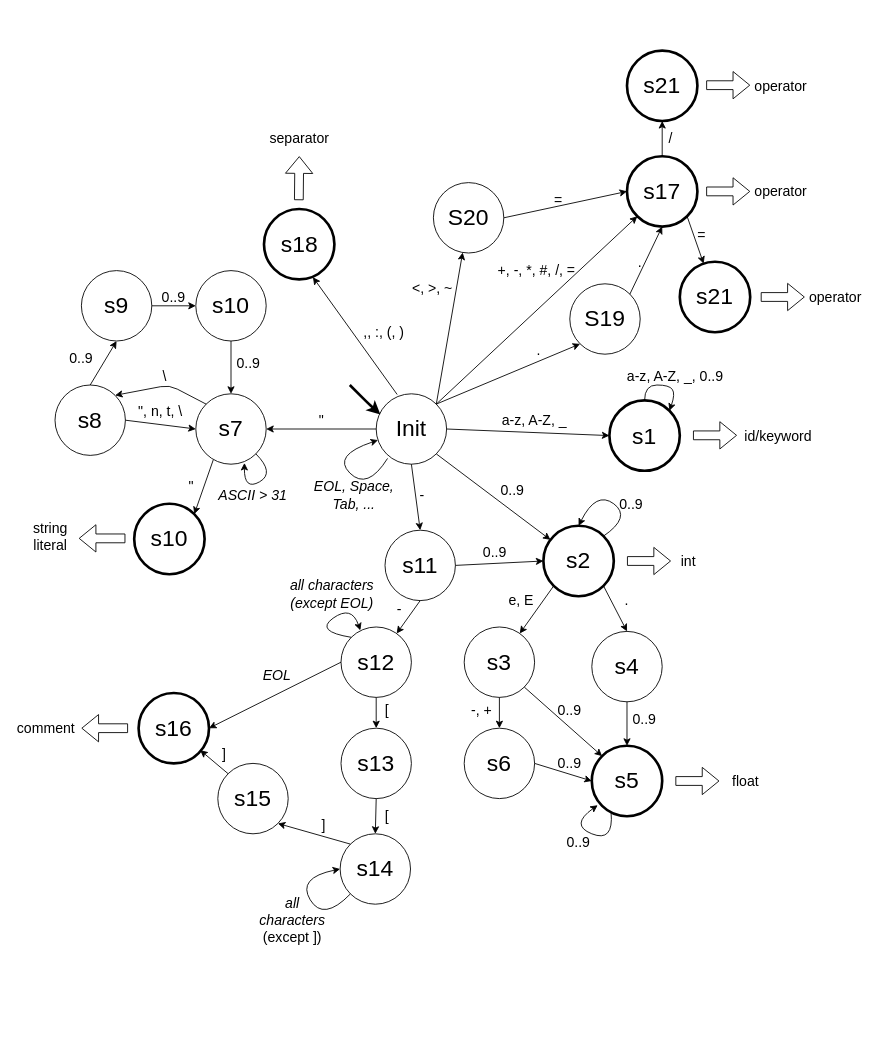
Before: fsm.drawio in vojone/IFJ21, a draw.io diagram. Source tidied: cells renumbered, new cells numbered last; positions are measured from the earlier drawing's top-left corner, leaving out a move shared by most shapes. Both pictures are drawn from the tidied source at 88%, with x=0, y=0 at pixel (28, 50).
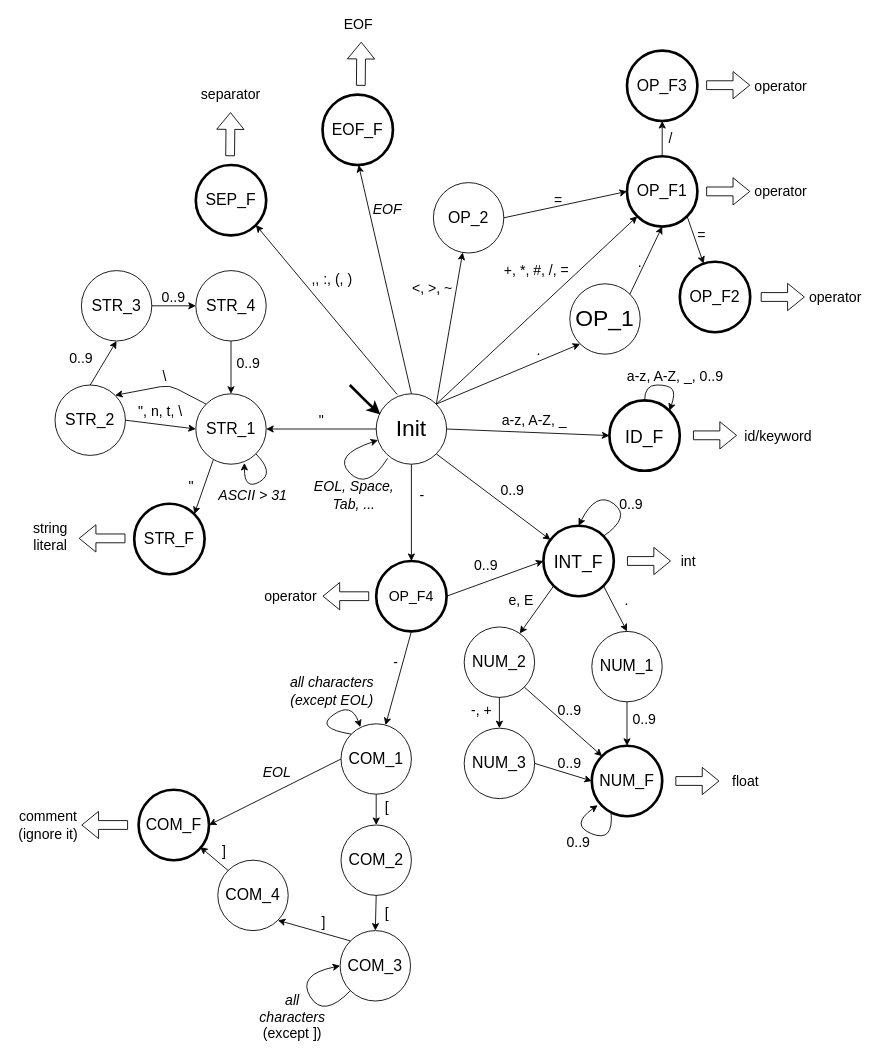
After the change.

The change refers to these unchanged cells:
```xml
<mxCell id="4" value="Init" style="ellipse;whiteSpace=wrap;html=1;fontSize=26;" parent="1" vertex="1">
  <mxGeometry x="395" y="390" width="80" height="80" as="geometry" />
</mxCell>
```

Change to the diagram source:
```diff
@@
-    <mxCell id="5" value="s1" style="ellipse;whiteSpace=wrap;html=1;fontSize=26;strokeWidth=3;" parent="1" vertex="1">
+    <mxCell id="5" value="ID_F" style="ellipse;whiteSpace=wrap;html=1;fontSize=20;strokeWidth=3;" parent="1" vertex="1">
       <mxGeometry x="660" y="397.5" width="80" height="80" as="geometry" />
     </mxCell>
@@
-    <mxCell id="8" value="s2" style="ellipse;whiteSpace=wrap;html=1;fontSize=26;strokeWidth=3;" parent="1" vertex="1">
+    <mxCell id="8" value="INT_F" style="ellipse;whiteSpace=wrap;html=1;fontSize=20;strokeWidth=3;" parent="1" vertex="1">
       <mxGeometry x="585" y="540" width="80" height="80" as="geometry" />
     </mxCell>
@@
-    <mxCell id="13" value="s3" style="ellipse;whiteSpace=wrap;html=1;fontSize=26;" parent="1" vertex="1">
+    <mxCell id="13" value="NUM_2" style="ellipse;whiteSpace=wrap;html=1;fontSize=18;" parent="1" vertex="1">
       <mxGeometry x="495" y="655" width="80" height="80" as="geometry" />
     </mxCell>
@@
-    <mxCell id="16" value="s4" style="ellipse;whiteSpace=wrap;html=1;fontSize=26;" parent="1" vertex="1">
+    <mxCell id="16" value="NUM_1" style="ellipse;whiteSpace=wrap;html=1;fontSize=18;" parent="1" vertex="1">
       <mxGeometry x="640" y="660" width="80" height="80" as="geometry" />
     </mxCell>
@@
-    <mxCell id="19" value="s5" style="ellipse;whiteSpace=wrap;html=1;fontSize=26;strokeWidth=3;" parent="1" vertex="1">
+    <mxCell id="19" value="NUM_F" style="ellipse;whiteSpace=wrap;html=1;fontSize=18;strokeWidth=3;" parent="1" vertex="1">
       <mxGeometry x="640" y="790" width="80" height="80" as="geometry" />
     </mxCell>
@@
-    <mxCell id="22" value="s6" style="ellipse;whiteSpace=wrap;html=1;fontSize=26;" parent="1" vertex="1">
+    <mxCell id="22" value="NUM_3" style="ellipse;whiteSpace=wrap;html=1;fontSize=18;" parent="1" vertex="1">
       <mxGeometry x="495" y="770" width="80" height="80" as="geometry" />
     </mxCell>
@@
-    <mxCell id="29" value="s7" style="ellipse;whiteSpace=wrap;html=1;fontSize=26;" parent="1" vertex="1">
+    <mxCell id="29" value="STR_1" style="ellipse;whiteSpace=wrap;html=1;fontSize=18;" parent="1" vertex="1">
       <mxGeometry x="190" y="390" width="80" height="80" as="geometry" />
     </mxCell>
@@
-    <mxCell id="32" value="s10" style="ellipse;whiteSpace=wrap;html=1;fontSize=26;strokeWidth=3;" parent="1" vertex="1">
+    <mxCell id="32" value="STR_F" style="ellipse;whiteSpace=wrap;html=1;fontSize=18;strokeWidth=3;" parent="1" vertex="1">
       <mxGeometry x="120" y="515" width="80" height="80" as="geometry" />
     </mxCell>
-    <mxCell id="33" value="s8" style="ellipse;whiteSpace=wrap;html=1;fontSize=26;" parent="1" vertex="1">
+    <mxCell id="33" value="STR_2" style="ellipse;whiteSpace=wrap;html=1;fontSize=18;" parent="1" vertex="1">
       <mxGeometry x="30" y="380" width="80" height="80" as="geometry" />
     </mxCell>
@@
-    <mxCell id="40" value="s9" style="ellipse;whiteSpace=wrap;html=1;fontSize=26;" parent="1" vertex="1">
+    <mxCell id="40" value="STR_3" style="ellipse;whiteSpace=wrap;html=1;fontSize=18;" parent="1" vertex="1">
       <mxGeometry x="60" y="250" width="80" height="80" as="geometry" />
     </mxCell>
-    <mxCell id="41" value="s10" style="ellipse;whiteSpace=wrap;html=1;fontSize=26;" parent="1" vertex="1">
+    <mxCell id="41" value="STR_4" style="ellipse;whiteSpace=wrap;html=1;fontSize=18;" parent="1" vertex="1">
       <mxGeometry x="190" y="250" width="80" height="80" as="geometry" />
     </mxCell>
@@
-    <mxCell id="53" value="s11" style="ellipse;whiteSpace=wrap;html=1;fontSize=26;" parent="1" vertex="1">
-      <mxGeometry x="405" y="545" width="80" height="80" as="geometry" />
+    <mxCell id="53" value="OP_F4" style="ellipse;whiteSpace=wrap;html=1;fontSize=16;strokeWidth=3;" parent="1" vertex="1">
+      <mxGeometry x="395" y="580" width="80" height="80" as="geometry" />
     </mxCell>
@@
     <mxCell id="56" value="-" style="text;html=1;strokeColor=none;fillColor=none;align=center;verticalAlign=middle;whiteSpace=wrap;rounded=0;fontSize=16;" parent="1" vertex="1">
-      <mxGeometry x="409" y="625" width="25" height="20" as="geometry" />
+      <mxGeometry x="405" y="685" width="25" height="20" as="geometry" />
     </mxCell>
     <mxCell id="57" value="0..9" style="text;html=1;strokeColor=none;fillColor=none;align=center;verticalAlign=middle;whiteSpace=wrap;rounded=0;fontSize=16;" parent="1" vertex="1">
-      <mxGeometry x="510" y="560" width="40" height="20" as="geometry" />
+      <mxGeometry x="500" y="575" width="40" height="20" as="geometry" />
     </mxCell>
-    <mxCell id="58" value="s12" style="ellipse;whiteSpace=wrap;html=1;fontSize=26;" parent="1" vertex="1">
-      <mxGeometry x="355" y="655" width="80" height="80" as="geometry" />
+    <mxCell id="58" value="COM_1" style="ellipse;whiteSpace=wrap;html=1;fontSize=18;" parent="1" vertex="1">
+      <mxGeometry x="355" y="765" width="80" height="80" as="geometry" />
     </mxCell>
@@
     <mxCell id="60" style="endArrow=classic;html=1;fontSize=16;exitX=0.5;exitY=1;exitDx=0;exitDy=0;" parent="1" edge="1" source="58">
       <mxGeometry relative="1" as="geometry">
-        <mxPoint x="395" y="770" as="targetPoint" />
+        <mxPoint x="395" y="880" as="targetPoint" />
       </mxGeometry>
     </mxCell>
-    <mxCell id="61" value="s13" style="ellipse;whiteSpace=wrap;html=1;fontSize=26;" parent="1" vertex="1">
-      <mxGeometry x="355" y="770" width="80" height="80" as="geometry" />
+    <mxCell id="61" value="COM_2" style="ellipse;whiteSpace=wrap;html=1;fontSize=18;" parent="1" vertex="1">
+      <mxGeometry x="355" y="880" width="80" height="80" as="geometry" />
     </mxCell>
-    <mxCell id="62" value="s14" style="ellipse;whiteSpace=wrap;html=1;fontSize=26;" parent="1" vertex="1">
-      <mxGeometry x="354" y="890" width="80" height="80" as="geometry" />
+    <mxCell id="62" value="COM_3" style="ellipse;whiteSpace=wrap;html=1;fontSize=18;" parent="1" vertex="1">
+      <mxGeometry x="354" y="1000" width="80" height="80" as="geometry" />
     </mxCell>
     <mxCell id="63" value="[" style="text;html=1;strokeColor=none;fillColor=none;align=center;verticalAlign=middle;whiteSpace=wrap;rounded=0;fontSize=16;" parent="1" vertex="1">
-      <mxGeometry x="395" y="740" width="25" height="20" as="geometry" />
+      <mxGeometry x="395" y="850" width="25" height="20" as="geometry" />
     </mxCell>
     <mxCell id="64" value="[" style="text;html=1;strokeColor=none;fillColor=none;align=center;verticalAlign=middle;whiteSpace=wrap;rounded=0;fontSize=16;" parent="1" vertex="1">
-      <mxGeometry x="395" y="860" width="25" height="20" as="geometry" />
+      <mxGeometry x="395" y="970" width="25" height="20" as="geometry" />
     </mxCell>
@@
-    <mxCell id="66" value="s15" style="ellipse;whiteSpace=wrap;html=1;fontSize=26;" parent="1" vertex="1">
-      <mxGeometry x="215" y="810" width="80" height="80" as="geometry" />
+    <mxCell id="66" value="COM_4" style="ellipse;whiteSpace=wrap;html=1;fontSize=18;" parent="1" vertex="1">
+      <mxGeometry x="215" y="920" width="80" height="80" as="geometry" />
     </mxCell>
-    <mxCell id="67" value="s16" style="ellipse;whiteSpace=wrap;html=1;fontSize=26;strokeWidth=3;" parent="1" vertex="1">
-      <mxGeometry x="125" y="730" width="80" height="80" as="geometry" />
+    <mxCell id="67" value="COM_F" style="ellipse;whiteSpace=wrap;html=1;fontSize=18;strokeWidth=3;" parent="1" vertex="1">
+      <mxGeometry x="125" y="840" width="80" height="80" as="geometry" />
     </mxCell>
@@
     <mxCell id="69" style="endArrow=classic;html=1;fontSize=16;exitX=0;exitY=0;exitDx=0;exitDy=0;" parent="1" edge="1" source="66">
       <mxGeometry relative="1" as="geometry">
-        <mxPoint x="195" y="795" as="targetPoint" />
+        <mxPoint x="195" y="905" as="targetPoint" />
       </mxGeometry>
     </mxCell>
     <mxCell id="70" value="]" style="text;html=1;strokeColor=none;fillColor=none;align=center;verticalAlign=middle;whiteSpace=wrap;rounded=0;fontSize=16;" parent="1" vertex="1">
-      <mxGeometry x="210" y="790" width="25" height="20" as="geometry" />
+      <mxGeometry x="210" y="900" width="25" height="20" as="geometry" />
     </mxCell>
     <mxCell id="71" value="]" style="text;html=1;strokeColor=none;fillColor=none;align=center;verticalAlign=middle;whiteSpace=wrap;rounded=0;fontSize=16;" parent="1" vertex="1">
-      <mxGeometry x="322.5" y="870" width="25" height="20" as="geometry" />
+      <mxGeometry x="322.5" y="980" width="25" height="20" as="geometry" />
     </mxCell>
     <mxCell id="72" style="curved=1;endArrow=classic;html=1;fontSize=16;entryX=0;entryY=0.5;entryDx=0;entryDy=0;exitX=0;exitY=1;exitDx=0;exitDy=0;" parent="1" edge="1" source="62" target="62">
       <mxGeometry relative="1" as="geometry">
         <Array as="points">
-          <mxPoint x="335" y="990" />
-          <mxPoint x="305" y="940" />
+          <mxPoint x="335" y="1100" />
+          <mxPoint x="305" y="1050" />
         </Array>
       </mxGeometry>
     </mxCell>
     <mxCell id="73" value="&lt;i&gt;all characters&lt;/i&gt; (except ])" style="text;html=1;strokeColor=none;fillColor=none;align=center;verticalAlign=middle;whiteSpace=wrap;rounded=0;fontSize=16;" parent="1" vertex="1">
-      <mxGeometry x="266.2" y="970" width="67.5" height="35" as="geometry" />
+      <mxGeometry x="266.2" y="1080" width="67.5" height="35" as="geometry" />
     </mxCell>
     <mxCell id="74" style="curved=1;endArrow=classic;html=1;fontSize=16;exitX=0;exitY=0;exitDx=0;exitDy=0;entryX=0.275;entryY=0.048;entryDx=0;entryDy=0;entryPerimeter=0;" parent="1" edge="1" source="58" target="58">
       <mxGeometry relative="1" as="geometry">
         <Array as="points">
-          <mxPoint x="325" y="660" />
-          <mxPoint x="367" y="630" />
+          <mxPoint x="325" y="770" />
+          <mxPoint x="367" y="740" />
         </Array>
       </mxGeometry>
     </mxCell>
     <mxCell id="75" value="&lt;div&gt;&lt;i&gt;all characters&lt;/i&gt;&lt;/div&gt;&lt;div&gt;&lt;i&gt;(except EOL)&lt;br&gt;&lt;/i&gt;&lt;/div&gt;" style="text;html=1;strokeColor=none;fillColor=none;align=center;verticalAlign=middle;whiteSpace=wrap;rounded=0;fontSize=16;" parent="1" vertex="1">
-      <mxGeometry x="295" y="590" width="100" height="55" as="geometry" />
+      <mxGeometry x="295" y="700" width="100" height="55" as="geometry" />
     </mxCell>
@@
     <mxCell id="77" value="EOL" style="text;html=1;strokeColor=none;fillColor=none;align=center;verticalAlign=middle;whiteSpace=wrap;rounded=0;fontSize=16;fontStyle=2;" parent="1" vertex="1">
-      <mxGeometry x="270" y="700" width="25" height="20" as="geometry" />
+      <mxGeometry x="270" y="810" width="25" height="20" as="geometry" />
     </mxCell>
@@
-    <mxCell id="80" value="s17" style="ellipse;whiteSpace=wrap;html=1;fontSize=26;strokeWidth=3;" parent="1" vertex="1">
+    <mxCell id="80" value="OP_F1" style="ellipse;whiteSpace=wrap;html=1;fontSize=18;strokeWidth=3;" parent="1" vertex="1">
       <mxGeometry x="680" y="120" width="80" height="80" as="geometry" />
     </mxCell>
-    <mxCell id="81" value="s18" style="ellipse;whiteSpace=wrap;html=1;fontSize=26;strokeWidth=3;" parent="1" vertex="1">
-      <mxGeometry x="267.5" y="180" width="80" height="80" as="geometry" />
+    <mxCell id="81" value="SEP_F" style="ellipse;whiteSpace=wrap;html=1;fontSize=18;strokeWidth=3;" parent="1" vertex="1">
+      <mxGeometry x="190" y="130" width="80" height="80" as="geometry" />
     </mxCell>
@@
-    <mxCell id="83" value="+, -, *, #, /, =" style="text;html=1;strokeColor=none;fillColor=none;align=center;verticalAlign=middle;whiteSpace=wrap;rounded=0;fontSize=16;" parent="1" vertex="1">
+    <mxCell id="83" value="+, *, #, /, =" style="text;html=1;strokeColor=none;fillColor=none;align=center;verticalAlign=middle;whiteSpace=wrap;rounded=0;fontSize=16;" parent="1" vertex="1">
       <mxGeometry x="530" y="240" width="95" height="20" as="geometry" />
     </mxCell>
@@
-    <mxCell id="85" style="endArrow=classic;html=1;fontSize=16;entryX=0.695;entryY=0.969;entryDx=0;entryDy=0;entryPerimeter=0;exitX=0.298;exitY=0.01;exitDx=0;exitDy=0;exitPerimeter=0;" parent="1" edge="1" source="4" target="81">
+    <mxCell id="85" style="endArrow=classic;html=1;fontSize=16;entryX=1;entryY=1;entryDx=0;entryDy=0;exitX=0.298;exitY=0.01;exitDx=0;exitDy=0;exitPerimeter=0;" parent="1" edge="1" source="4" target="81">
       <mxGeometry relative="1" as="geometry" />
     </mxCell>
     <mxCell id="86" value=",, :, (, )" style="text;html=1;strokeColor=none;fillColor=none;align=center;verticalAlign=middle;whiteSpace=wrap;rounded=0;fontSize=16;" parent="1" vertex="1">
-      <mxGeometry x="374" y="310" width="60" height="20" as="geometry" />
+      <mxGeometry x="315" y="250" width="60" height="20" as="geometry" />
     </mxCell>
@@
     <mxCell id="91" style="shape=flexArrow;endArrow=classic;html=1;fontSize=16;strokeWidth=1;" parent="1" edge="1">
       <mxGeometry relative="1" as="geometry">
-        <mxPoint x="307.1" y="170" as="sourcePoint" />
-        <mxPoint x="307.6" y="120" as="targetPoint" />
+        <mxPoint x="229" y="120" as="sourcePoint" />
+        <mxPoint x="229.5" y="70" as="targetPoint" />
       </mxGeometry>
     </mxCell>
     <mxCell id="92" style="shape=flexArrow;endArrow=classic;html=1;fontSize=16;strokeWidth=1;" parent="1" edge="1">
       <mxGeometry relative="1" as="geometry">
-        <mxPoint x="113" y="770" as="sourcePoint" />
-        <mxPoint x="60" y="770" as="targetPoint" />
+        <mxPoint x="113" y="880" as="sourcePoint" />
+        <mxPoint x="60" y="880" as="targetPoint" />
       </mxGeometry>
     </mxCell>
@@
     <mxCell id="98" value="separator" style="text;html=1;strokeColor=none;fillColor=none;align=center;verticalAlign=middle;whiteSpace=wrap;rounded=0;fontSize=16;" parent="1" vertex="1">
-      <mxGeometry x="287.5" y="90" width="40" height="20" as="geometry" />
+      <mxGeometry x="210" y="40" width="40" height="20" as="geometry" />
     </mxCell>
@@
-    <mxCell id="100" value="comment" style="text;html=1;strokeColor=none;fillColor=none;align=center;verticalAlign=middle;whiteSpace=wrap;rounded=0;fontSize=16;" parent="1" vertex="1">
-      <mxGeometry y="760" width="40" height="20" as="geometry" />
+    <mxCell id="100" value="&lt;div&gt;comment&lt;/div&gt;&lt;div&gt;(ignore it)&lt;br&gt;&lt;/div&gt;" style="text;html=1;strokeColor=none;fillColor=none;align=center;verticalAlign=middle;whiteSpace=wrap;rounded=0;fontSize=16;" parent="1" vertex="1">
+      <mxGeometry x="-15" y="870" width="75" height="20" as="geometry" />
     </mxCell>
@@
-    <mxCell id="104" value="S19" style="ellipse;whiteSpace=wrap;html=1;fontSize=26;" parent="1" vertex="1">
+    <mxCell id="104" value="OP_1" style="ellipse;whiteSpace=wrap;html=1;fontSize=26;" parent="1" vertex="1">
       <mxGeometry x="615" y="265" width="80" height="80" as="geometry" />
     </mxCell>
@@
-    <mxCell id="108" value="S20" style="ellipse;whiteSpace=wrap;html=1;fontSize=26;" parent="1" vertex="1">
+    <mxCell id="108" value="OP_2" style="ellipse;whiteSpace=wrap;html=1;fontSize=18;" parent="1" vertex="1">
       <mxGeometry x="460" y="150" width="80" height="80" as="geometry" />
     </mxCell>
@@
-    <mxCell id="112" value="s21" style="ellipse;whiteSpace=wrap;html=1;fontSize=26;strokeWidth=3;" parent="1" vertex="1">
+    <mxCell id="112" value="OP_F3" style="ellipse;whiteSpace=wrap;html=1;fontSize=18;strokeWidth=3;" parent="1" vertex="1">
       <mxGeometry x="680" width="80" height="80" as="geometry" />
     </mxCell>
@@
-    <mxCell id="117" value="s21" style="ellipse;whiteSpace=wrap;html=1;fontSize=26;strokeWidth=3;" parent="1" vertex="1">
+    <mxCell id="117" value="OP_F2" style="ellipse;whiteSpace=wrap;html=1;fontSize=18;strokeWidth=3;" parent="1" vertex="1">
       <mxGeometry x="740" y="240" width="80" height="80" as="geometry" />
     </mxCell>
@@
+    <mxCell id="122" style="endArrow=classic;html=1;fontSize=16;exitX=0.5;exitY=0;exitDx=0;exitDy=0;" parent="1" edge="1" source="4">
+      <mxGeometry relative="1" as="geometry">
+        <mxPoint x="375" y="130" as="targetPoint" />
+      </mxGeometry>
+    </mxCell>
+    <mxCell id="123" value="&lt;i&gt;EOF&lt;/i&gt;" style="text;html=1;strokeColor=none;fillColor=none;align=center;verticalAlign=middle;whiteSpace=wrap;rounded=0;fontSize=16;" parent="1" vertex="1">
+      <mxGeometry x="377.5" y="170" width="60" height="20" as="geometry" />
+    </mxCell>
+    <mxCell id="124" value="EOF_F" style="ellipse;whiteSpace=wrap;html=1;fontSize=18;strokeWidth=3;" parent="1" vertex="1">
+      <mxGeometry x="334" y="50" width="80" height="80" as="geometry" />
+    </mxCell>
+    <mxCell id="125" style="shape=flexArrow;endArrow=classic;html=1;fontSize=16;strokeWidth=1;" parent="1" edge="1">
+      <mxGeometry relative="1" as="geometry">
+        <mxPoint x="377.5" y="40" as="sourcePoint" />
+        <mxPoint x="378" y="-10" as="targetPoint" />
+      </mxGeometry>
+    </mxCell>
+    <mxCell id="126" value="EOF" style="text;html=1;strokeColor=none;fillColor=none;align=center;verticalAlign=middle;whiteSpace=wrap;rounded=0;fontSize=16;" parent="1" vertex="1">
+      <mxGeometry x="355" y="-40" width="40" height="20" as="geometry" />
+    </mxCell>
+    <mxCell id="127" style="shape=flexArrow;endArrow=classic;html=1;fontSize=16;strokeWidth=1;" parent="1" edge="1">
+      <mxGeometry relative="1" as="geometry">
+        <mxPoint x="387" y="620" as="sourcePoint" />
+        <mxPoint x="334" y="620" as="targetPoint" />
+      </mxGeometry>
+    </mxCell>
+    <mxCell id="128" value="operator" style="text;html=1;strokeColor=none;fillColor=none;align=center;verticalAlign=middle;whiteSpace=wrap;rounded=0;fontSize=16;" parent="1" vertex="1">
+      <mxGeometry x="277.5" y="610" width="40" height="20" as="geometry" />
+    </mxCell>
```
